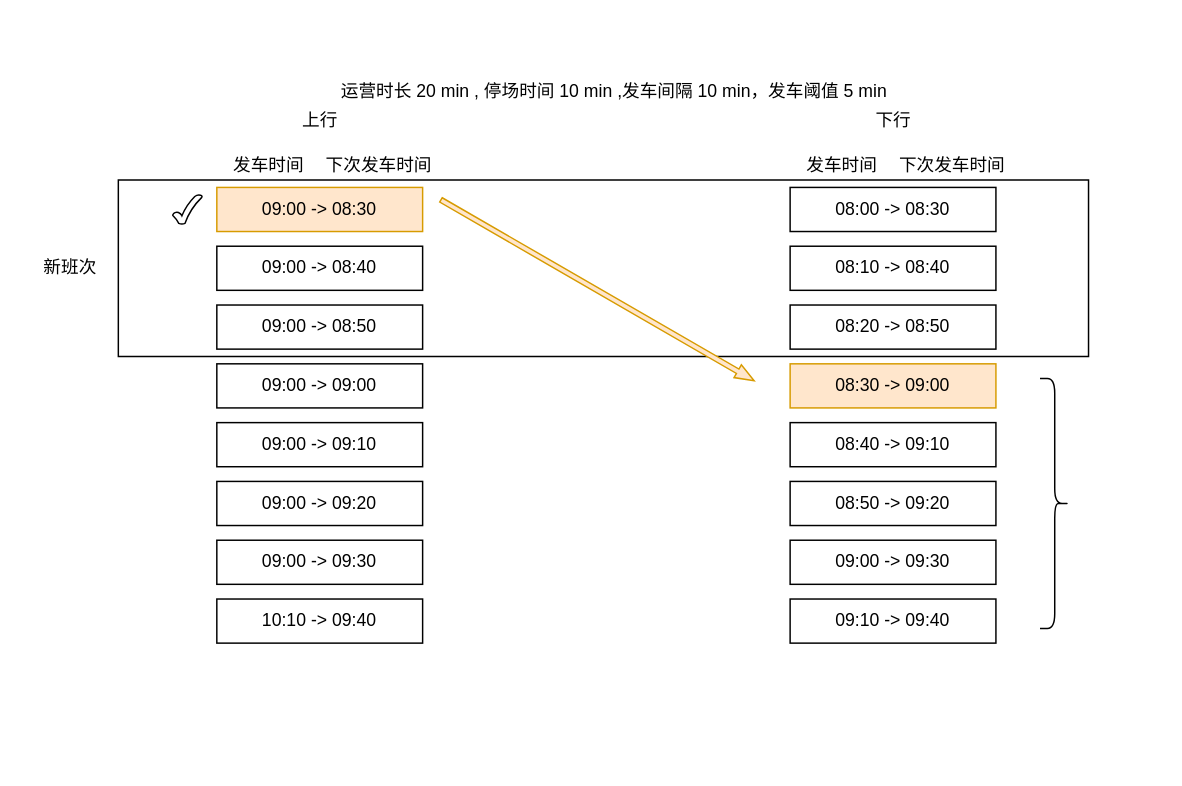
The draw.io diagram 未命名绘图.drawio in alwayChina/draw, before the edit. Source tidied: cells renumbered, new cells numbered last; positions are measured from the earlier drawing's top-left corner, leaving out a move shared by most shapes. Both pictures are drawn from the tidied source at 147%, with x=0, y=0 at pixel (25, 69).
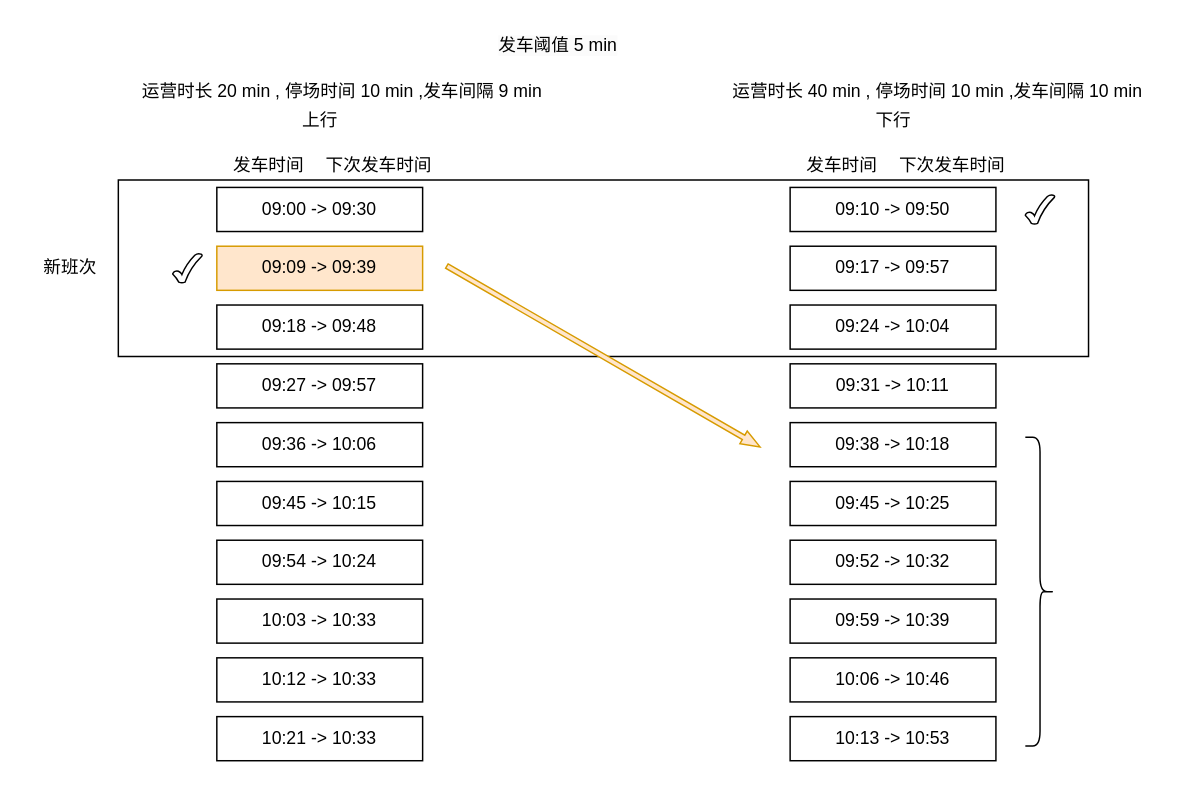
The same page after the edit.

Commit message:
更新未命名绘图.drawio

What changed in the source:
```diff
@@
-    <mxCell id="3" value="09:00 -&amp;gt; 08:30" style="rounded=0;whiteSpace=wrap;html=1;fillColor=#ffe6cc;strokeColor=#d79b00;" parent="1" vertex="1">
+    <mxCell id="3" value="09:00 -&amp;gt; 09:30" style="rounded=0;whiteSpace=wrap;html=1;" parent="1" vertex="1">
       <mxGeometry x="130" y="80" width="140" height="30" as="geometry" />
     </mxCell>
-    <mxCell id="4" value="09:00 -&amp;gt; 08:40" style="rounded=0;whiteSpace=wrap;html=1;" parent="1" vertex="1">
+    <mxCell id="4" value="09:09 -&amp;gt; 09:39" style="rounded=0;whiteSpace=wrap;html=1;fillColor=#ffe6cc;strokeColor=#d79b00;" parent="1" vertex="1">
       <mxGeometry x="130" y="120" width="140" height="30" as="geometry" />
     </mxCell>
-    <mxCell id="5" value="09:00 -&amp;gt; 08:50" style="rounded=0;whiteSpace=wrap;html=1;" parent="1" vertex="1">
+    <mxCell id="5" value="09:18 -&amp;gt; 09:48" style="rounded=0;whiteSpace=wrap;html=1;" parent="1" vertex="1">
       <mxGeometry x="130" y="160" width="140" height="30" as="geometry" />
     </mxCell>
-    <mxCell id="6" value="09:00 -&amp;gt; 09:00" style="rounded=0;whiteSpace=wrap;html=1;" parent="1" vertex="1">
+    <mxCell id="6" value="09:27 -&amp;gt; 09:57" style="rounded=0;whiteSpace=wrap;html=1;" parent="1" vertex="1">
       <mxGeometry x="130" y="200" width="140" height="30" as="geometry" />
     </mxCell>
-    <mxCell id="7" value="09:00 -&amp;gt; 09:10" style="rounded=0;whiteSpace=wrap;html=1;" parent="1" vertex="1">
+    <mxCell id="7" value="09:36 -&amp;gt; 10:06" style="rounded=0;whiteSpace=wrap;html=1;" parent="1" vertex="1">
       <mxGeometry x="130" y="240" width="140" height="30" as="geometry" />
     </mxCell>
-    <mxCell id="8" value="09:00 -&amp;gt; 09:20" style="rounded=0;whiteSpace=wrap;html=1;" parent="1" vertex="1">
+    <mxCell id="8" value="09:45 -&amp;gt; 10:15" style="rounded=0;whiteSpace=wrap;html=1;" parent="1" vertex="1">
       <mxGeometry x="130" y="280" width="140" height="30" as="geometry" />
     </mxCell>
-    <mxCell id="9" value="09:00 -&amp;gt; 09:30" style="rounded=0;whiteSpace=wrap;html=1;" parent="1" vertex="1">
+    <mxCell id="9" value="09:54 -&amp;gt; 10:24" style="rounded=0;whiteSpace=wrap;html=1;" parent="1" vertex="1">
       <mxGeometry x="130" y="320" width="140" height="30" as="geometry" />
     </mxCell>
-    <mxCell id="10" value="10:10 -&amp;gt; 09:40" style="rounded=0;whiteSpace=wrap;html=1;" parent="1" vertex="1">
+    <mxCell id="10" value="10:03 -&amp;gt; 10:33" style="rounded=0;whiteSpace=wrap;html=1;" parent="1" vertex="1">
       <mxGeometry x="130" y="360" width="140" height="30" as="geometry" />
     </mxCell>
-    <mxCell id="11" value="运营时长 20 min , 停场时间 10 min ,发车间隔 10 min，发车阈值 5 min" style="text;html=1;align=center;verticalAlign=middle;strokeColor=none;fillColor=none;" parent="1" vertex="1">
-      <mxGeometry x="205" width="390" height="30" as="geometry" />
+    <mxCell id="11" value="运营时长 20 min , 停场时间 10 min ,发车间隔 9 min" style="text;html=1;align=center;verticalAlign=middle;strokeColor=none;fillColor=none;" parent="1" vertex="1">
+      <mxGeometry x="65" width="300" height="30" as="geometry" />
     </mxCell>
@@
-    <mxCell id="15" value="08:00 -&amp;gt; 08:30" style="rounded=0;whiteSpace=wrap;html=1;" parent="1" vertex="1">
+    <mxCell id="15" value="09:10 -&amp;gt; 09:50" style="rounded=0;whiteSpace=wrap;html=1;" parent="1" vertex="1">
       <mxGeometry x="520" y="80" width="140" height="30" as="geometry" />
     </mxCell>
-    <mxCell id="16" value="08:10 -&amp;gt; 08:40" style="rounded=0;whiteSpace=wrap;html=1;" parent="1" vertex="1">
+    <mxCell id="16" value="09:17 -&amp;gt; 09:57" style="rounded=0;whiteSpace=wrap;html=1;" parent="1" vertex="1">
       <mxGeometry x="520" y="120" width="140" height="30" as="geometry" />
     </mxCell>
-    <mxCell id="17" value="08:20 -&amp;gt; 08:50" style="rounded=0;whiteSpace=wrap;html=1;" parent="1" vertex="1">
+    <mxCell id="17" value="09:24 -&amp;gt; 10:04" style="rounded=0;whiteSpace=wrap;html=1;" parent="1" vertex="1">
       <mxGeometry x="520" y="160" width="140" height="30" as="geometry" />
     </mxCell>
-    <mxCell id="18" value="08:30 -&amp;gt; 09:00" style="rounded=0;whiteSpace=wrap;html=1;fillColor=#ffe6cc;strokeColor=#d79b00;" parent="1" vertex="1">
+    <mxCell id="18" value="09:31 -&amp;gt; 10:11" style="rounded=0;whiteSpace=wrap;html=1;" parent="1" vertex="1">
       <mxGeometry x="520" y="200" width="140" height="30" as="geometry" />
     </mxCell>
-    <mxCell id="19" value="08:40 -&amp;gt; 09:10" style="rounded=0;whiteSpace=wrap;html=1;" parent="1" vertex="1">
+    <mxCell id="19" value="09:38 -&amp;gt; 10:18" style="rounded=0;whiteSpace=wrap;html=1;" parent="1" vertex="1">
       <mxGeometry x="520" y="240" width="140" height="30" as="geometry" />
     </mxCell>
-    <mxCell id="20" value="08:50 -&amp;gt; 09:20" style="rounded=0;whiteSpace=wrap;html=1;" parent="1" vertex="1">
+    <mxCell id="20" value="09:45 -&amp;gt; 10:25" style="rounded=0;whiteSpace=wrap;html=1;" parent="1" vertex="1">
       <mxGeometry x="520" y="280" width="140" height="30" as="geometry" />
     </mxCell>
-    <mxCell id="21" value="09:00 -&amp;gt; 09:30" style="rounded=0;whiteSpace=wrap;html=1;" parent="1" vertex="1">
+    <mxCell id="21" value="09:52 -&amp;gt; 10:32" style="rounded=0;whiteSpace=wrap;html=1;" parent="1" vertex="1">
       <mxGeometry x="520" y="320" width="140" height="30" as="geometry" />
     </mxCell>
-    <mxCell id="22" value="09:10 -&amp;gt; 09:40" style="rounded=0;whiteSpace=wrap;html=1;" parent="1" vertex="1">
+    <mxCell id="22" value="09:59 -&amp;gt; 10:39" style="rounded=0;whiteSpace=wrap;html=1;" parent="1" vertex="1">
       <mxGeometry x="520" y="360" width="140" height="30" as="geometry" />
     </mxCell>
@@
     <mxCell id="26" style="html=1;shadow=0;dashed=0;align=center;verticalAlign=middle;shape=mxgraph.arrows2.arrow;dy=0.66;dx=12.92;notch=0;rotation=30;fillColor=#ffe6cc;strokeColor=#d79b00;" parent="1" vertex="1">
-      <mxGeometry x="266" y="145" width="246" height="10" as="geometry" />
+      <mxGeometry x="270" y="190" width="246" height="10" as="geometry" />
     </mxCell>
     <mxCell id="27" style="verticalLabelPosition=bottom;verticalAlign=top;html=1;shape=mxgraph.basic.tick;fontColor=#108bea;" parent="1" vertex="1">
-      <mxGeometry x="100" y="85" width="20" height="20" as="geometry" />
+      <mxGeometry x="100" y="125" width="20" height="20" as="geometry" />
     </mxCell>
@@
     <mxCell id="29" style="shape=curlyBracket;whiteSpace=wrap;html=1;rounded=1;flipH=1;labelPosition=right;verticalLabelPosition=middle;align=left;verticalAlign=middle;" parent="1" vertex="1">
-      <mxGeometry x="690" y="210" width="20" height="170" as="geometry" />
+      <mxGeometry x="680" y="250" width="20" height="210" as="geometry" />
     </mxCell>
+    <mxCell id="30" value="10:12 -&amp;gt; 10:33" style="rounded=0;whiteSpace=wrap;html=1;" parent="1" vertex="1">
+      <mxGeometry x="130" y="400" width="140" height="30" as="geometry" />
+    </mxCell>
+    <mxCell id="31" value="10:21 -&amp;gt; 10:33" style="rounded=0;whiteSpace=wrap;html=1;" parent="1" vertex="1">
+      <mxGeometry x="130" y="440" width="140" height="30" as="geometry" />
+    </mxCell>
+    <mxCell id="32" value="10:06 -&amp;gt; 10:46" style="rounded=0;whiteSpace=wrap;html=1;" parent="1" vertex="1">
+      <mxGeometry x="520" y="400" width="140" height="30" as="geometry" />
+    </mxCell>
+    <mxCell id="33" value="10:13 -&amp;gt; 10:53" style="rounded=0;whiteSpace=wrap;html=1;" parent="1" vertex="1">
+      <mxGeometry x="520" y="440" width="140" height="30" as="geometry" />
+    </mxCell>
+    <mxCell id="34" style="verticalLabelPosition=bottom;verticalAlign=top;html=1;shape=mxgraph.basic.tick;fontColor=#108bea;" parent="1" vertex="1">
+      <mxGeometry x="680" y="85" width="20" height="20" as="geometry" />
+    </mxCell>
+    <mxCell id="35" value="&lt;span style=&quot;color: rgb(0, 0, 0); font-family: Helvetica; font-size: 12px; font-style: normal; font-variant-ligatures: normal; font-variant-caps: normal; font-weight: 400; letter-spacing: normal; orphans: 2; text-align: center; text-indent: 0px; text-transform: none; widows: 2; word-spacing: 0px; -webkit-text-stroke-width: 0px; background-color: rgb(251, 251, 251); text-decoration-thickness: initial; text-decoration-style: initial; text-decoration-color: initial; float: none; display: inline !important;&quot;&gt;发车阈值 5 min&lt;/span&gt;" style="text;whiteSpace=wrap;html=1;" parent="1" vertex="1">
+      <mxGeometry x="320" y="-30" width="130" height="40" as="geometry" />
+    </mxCell>
+    <mxCell id="36" value="运营时长 40 min , 停场时间 10 min ,发车间隔 10 min" style="text;html=1;align=center;verticalAlign=middle;strokeColor=none;fillColor=none;" parent="1" vertex="1">
+      <mxGeometry x="470" width="300" height="30" as="geometry" />
+    </mxCell>
```
